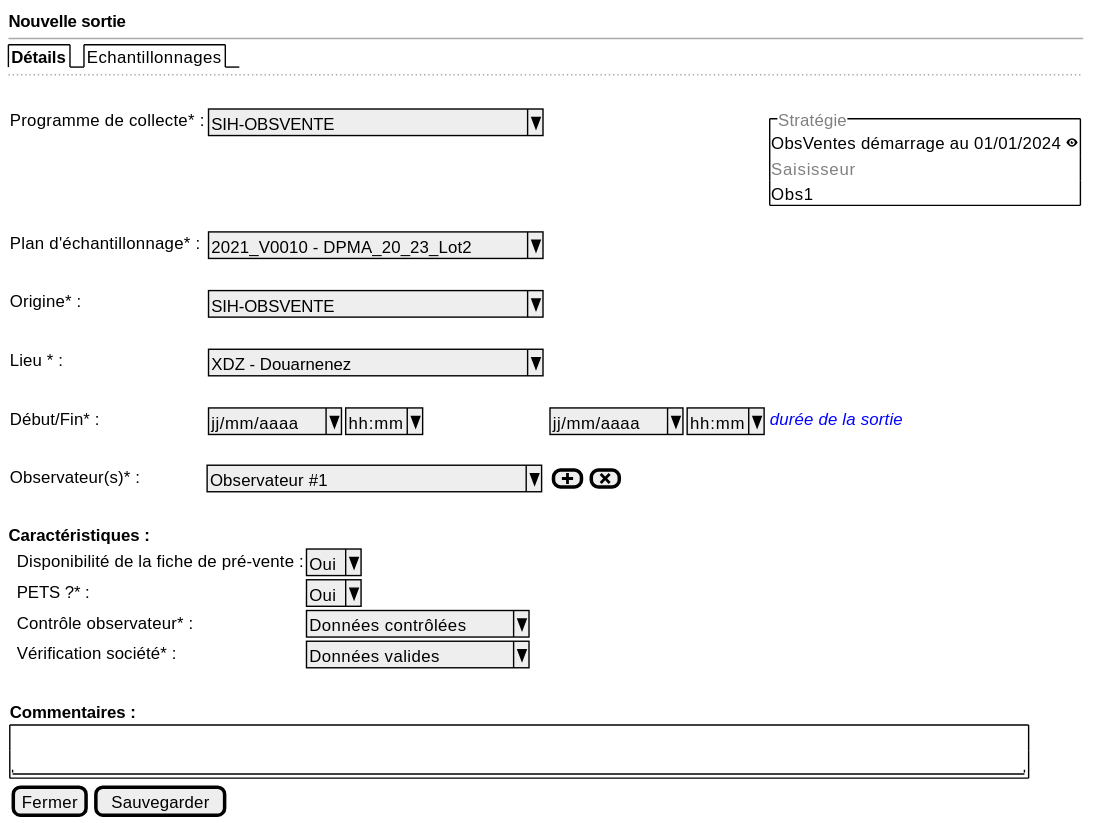
The PlantUML diagram projects/obsvente/spe/images/observed-location-new.svg in sumaris-net/sumaris-doc, before a commit. Its source is kept beside it as projects/obsvente/spe/images/observed-location-new.puml.
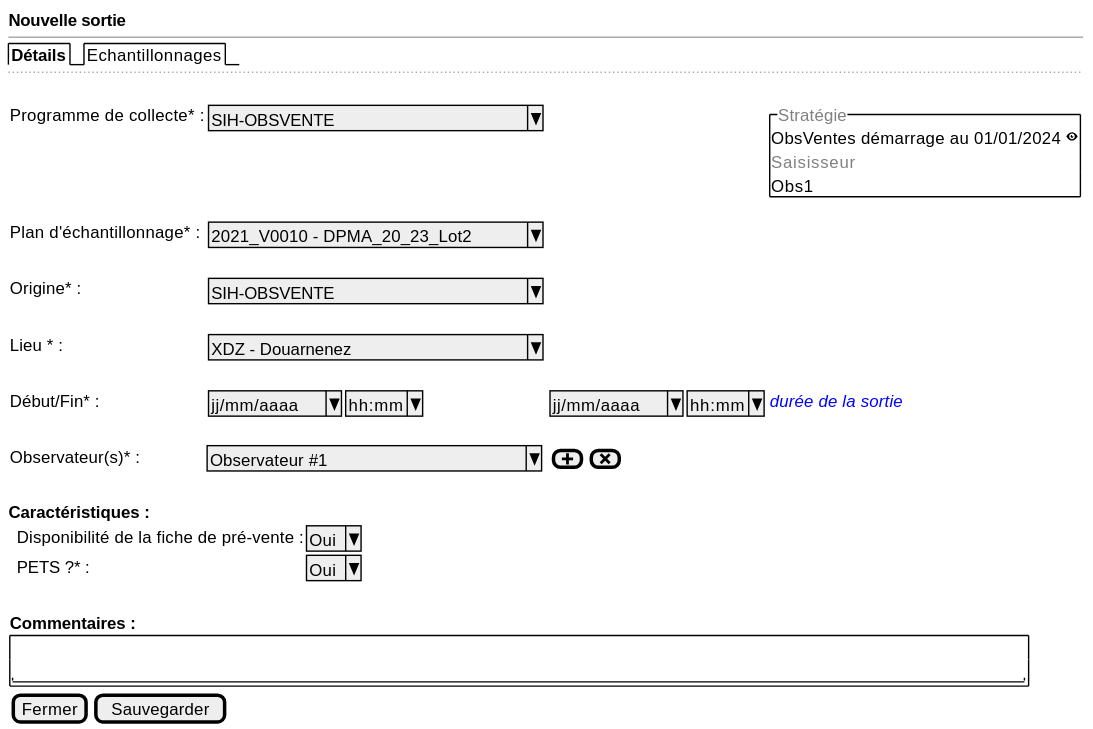
Later version of the same file.

Diff of the diagram source:
```diff
@@ -30,8 +30,6 @@
   {
       . | Disponibilité de la fiche de pré-vente :| ^Oui^
       . | PETS ?* : | ^Oui^
-      . | Contrôle observateur* : | ^Données contrôlées^
-      . | Vérification société* : | ^Données valides   ^
       . | .
   }
 
```
